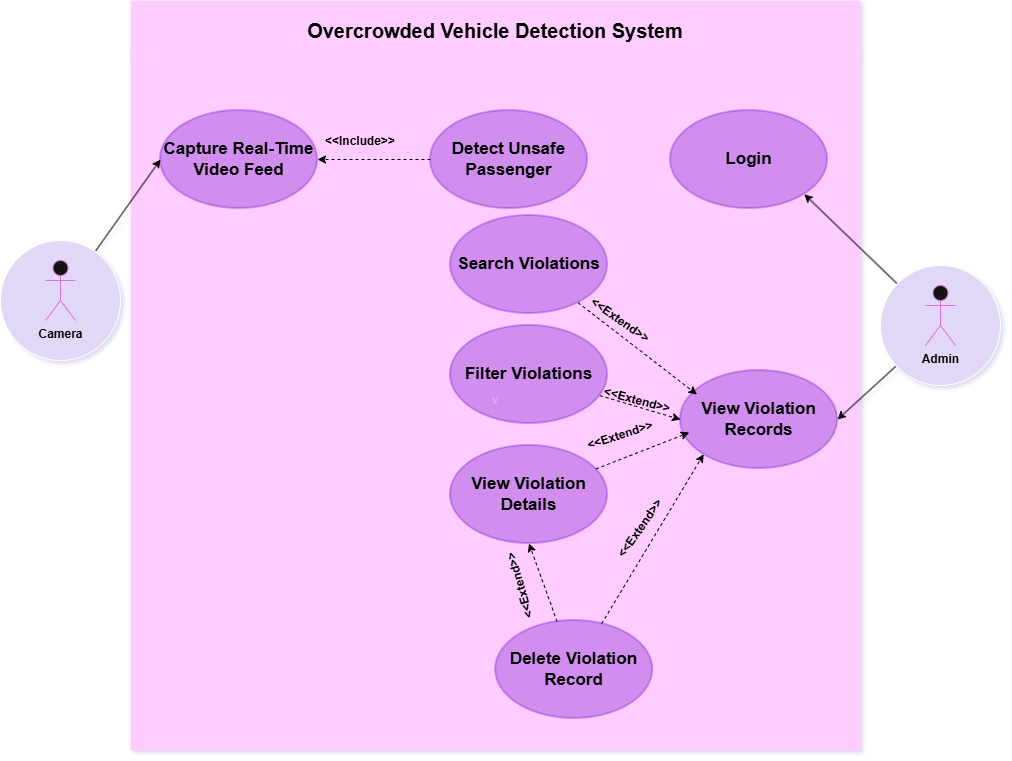
Above: Use Case Diagram.png in safe-ride-AI/unsafe-passenger-detection (draw.io), before the change. Source tidied: cells renumbered, new cells last; positions are measured from the earlier drawing's top-left corner, leaving out a move shared by most shapes.
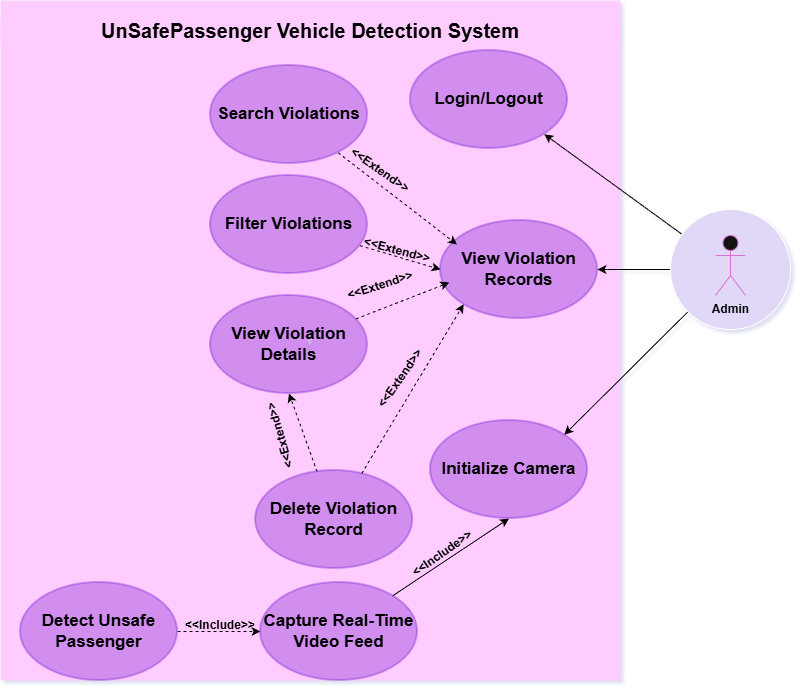
After the commit.

Commit message:
Use case Diagram Updated

Change to the diagram source:
```diff
@@ -3,25 +3,28 @@
     <mxCell id="0" />
     <mxCell id="1" parent="0" />
     <mxCell id="2" value="v" style="rounded=0;whiteSpace=wrap;html=1;fillColor=light-dark(#FFCCFF,#FFCCFF);strokeColor=none;dashed=1;" parent="1" vertex="1">
-      <mxGeometry x="130" y="50" width="730" height="700" as="geometry" />
+      <mxGeometry x="240" y="150" width="620" height="680" as="geometry" />
     </mxCell>
+    <mxCell id="31" style="rounded=0;jettySize=auto;html=1;entryX=0.5;entryY=1;entryDx=0;entryDy=0;strokeColor=light-dark(#000000,#000000);" parent="1" edge="1" source="3" target="33">
+      <mxGeometry relative="1" as="geometry" />
+    </mxCell>
     <mxCell id="3" value="&lt;font style=&quot;color: light-dark(rgb(0, 0, 0), rgb(0, 0, 0));&quot;&gt;Capture Real-Time Video Feed&lt;/font&gt;" style="ellipse;whiteSpace=wrap;html=1;fillColor=light-dark(#6600CC,#6600CC);fontColor=#000000;strokeColor=light-dark(#6600CC,#6600CC);fillStyle=auto;gradientColor=none;strokeWidth=2;opacity=30;fontSize=17;fontStyle=1;" parent="1" vertex="1">
-      <mxGeometry x="160" y="110" width="157" height="98" as="geometry" />
+      <mxGeometry x="500" y="732" width="157" height="98" as="geometry" />
     </mxCell>
-    <mxCell id="4" style="edgeStyle=orthogonalEdgeStyle;rounded=0;jettySize=auto;html=1;entryX=1;entryY=0.5;entryDx=0;entryDy=0;strokeColor=light-dark(#000000,#000000);exitX=0;exitY=0.5;exitDx=0;exitDy=0;dashed=1;" parent="1" edge="1" source="5" target="3">
+    <mxCell id="4" style="edgeStyle=orthogonalEdgeStyle;rounded=0;jettySize=auto;html=1;entryX=0;entryY=0.5;entryDx=0;entryDy=0;strokeColor=light-dark(#000000,#000000);exitX=1;exitY=0.5;exitDx=0;exitDy=0;dashed=1;" parent="1" edge="1" source="5" target="3">
       <mxGeometry relative="1" as="geometry" />
     </mxCell>
     <mxCell id="5" value="&lt;font style=&quot;color: light-dark(rgb(0, 0, 0), rgb(0, 0, 0));&quot;&gt;Detect Unsafe Passenger&lt;/font&gt;" style="ellipse;whiteSpace=wrap;html=1;fillColor=light-dark(#6600CC,#6600CC);fontColor=#000000;strokeColor=light-dark(#6600CC,#6600CC);fillStyle=auto;gradientColor=none;strokeWidth=2;opacity=30;fontSize=17;fontStyle=1;" parent="1" vertex="1">
-      <mxGeometry x="430" y="110" width="157" height="98" as="geometry" />
+      <mxGeometry x="260" y="732" width="157" height="98" as="geometry" />
     </mxCell>
     <mxCell id="6" value="&lt;font style=&quot;color: light-dark(rgb(0, 0, 0), rgb(0, 0, 0));&quot;&gt;&amp;lt;&amp;lt;Include&amp;gt;&amp;gt;&lt;/font&gt;" style="text;html=1;whiteSpace=wrap;strokeColor=none;fillColor=none;align=center;verticalAlign=middle;rounded=0;fontStyle=1;" parent="1" vertex="1">
-      <mxGeometry x="330" y="126" width="60" height="30" as="geometry" />
+      <mxGeometry x="430" y="760" width="60" height="30" as="geometry" />
     </mxCell>
     <mxCell id="7" value="&lt;font style=&quot;color: light-dark(rgb(0, 0, 0), rgb(0, 0, 0));&quot;&gt;&amp;lt;&amp;lt;Extend&amp;gt;&amp;gt;&lt;/font&gt;" style="text;html=1;whiteSpace=wrap;strokeColor=none;fillColor=none;align=center;verticalAlign=middle;rounded=0;rotation=35;fontStyle=1;" parent="1" vertex="1">
       <mxGeometry x="590" y="305" width="60" height="30" as="geometry" />
     </mxCell>
-    <mxCell id="8" value="&lt;font style=&quot;color: light-dark(rgb(0, 0, 0), rgb(0, 0, 0));&quot;&gt;Login&lt;/font&gt;" style="ellipse;whiteSpace=wrap;html=1;fillColor=light-dark(#6600CC,#6600CC);fontColor=#000000;strokeColor=light-dark(#6600CC,#6600CC);fillStyle=auto;gradientColor=none;strokeWidth=2;opacity=30;fontSize=17;fontStyle=1;" parent="1" vertex="1">
-      <mxGeometry x="670" y="110" width="157" height="98" as="geometry" />
+    <mxCell id="8" value="&lt;font style=&quot;color: light-dark(rgb(0, 0, 0), rgb(0, 0, 0));&quot;&gt;Login/Logout&lt;/font&gt;" style="ellipse;whiteSpace=wrap;html=1;fillColor=light-dark(#6600CC,#6600CC);fontColor=#000000;strokeColor=light-dark(#6600CC,#6600CC);fillStyle=auto;gradientColor=none;strokeWidth=2;opacity=30;fontSize=17;fontStyle=1;" parent="1" vertex="1">
+      <mxGeometry x="650" y="200" width="157" height="98" as="geometry" />
     </mxCell>
     <mxCell id="9" value="&lt;font style=&quot;color: light-dark(rgb(0, 0, 0), rgb(0, 0, 0));&quot;&gt;View Violation Records&lt;/font&gt;" style="ellipse;whiteSpace=wrap;html=1;fillColor=light-dark(#6600CC,#6600CC);fontColor=#000000;strokeColor=light-dark(#6600CC,#6600CC);fillStyle=auto;gradientColor=none;strokeWidth=2;opacity=30;fontSize=17;fontStyle=1;" parent="1" vertex="1">
       <mxGeometry x="680" y="370" width="157" height="98" as="geometry" />
@@ -47,29 +50,23 @@
     <mxCell id="16" value="&lt;font style=&quot;color: light-dark(rgb(0, 0, 0), rgb(0, 0, 0));&quot;&gt;Delete Violation Record&lt;/font&gt;" style="ellipse;whiteSpace=wrap;html=1;fillColor=light-dark(#6600CC,#6600CC);fontColor=#000000;strokeColor=light-dark(#6600CC,#6600CC);fillStyle=auto;gradientColor=none;strokeWidth=2;opacity=30;fontSize=17;fontStyle=1;" parent="1" vertex="1">
       <mxGeometry x="495.2" y="620" width="157" height="98" as="geometry" />
     </mxCell>
-    <mxCell id="17" value="&lt;font style=&quot;color: light-dark(rgb(0, 0, 0), rgb(0, 0, 0)); font-size: 20px;&quot;&gt;&lt;b style=&quot;&quot;&gt;Overcrowded Vehicle Detection System&lt;/b&gt;&lt;/font&gt;" style="rounded=0;whiteSpace=wrap;html=1;fillColor=light-dark(#FFCCFF,#FFCCFF);strokeColor=none;" parent="1" vertex="1">
-      <mxGeometry x="130" width="730" height="60" as="geometry" />
+    <mxCell id="17" value="&lt;font style=&quot;color: light-dark(rgb(0, 0, 0), rgb(0, 0, 0)); font-size: 20px;&quot;&gt;&lt;b style=&quot;&quot;&gt;UnSafePassenger Vehicle Detection System&lt;/b&gt;&lt;/font&gt;" style="rounded=0;whiteSpace=wrap;html=1;fillColor=light-dark(#FFCCFF,#FFCCFF);strokeColor=none;" parent="1" vertex="1">
+      <mxGeometry x="240" y="170" width="620" height="20" as="geometry" />
     </mxCell>
-    <mxCell id="18" style="rounded=0;jettySize=auto;html=1;entryX=0;entryY=0.5;entryDx=0;entryDy=0;strokeColor=light-dark(#000000,#000000);" parent="1" edge="1" source="19" target="3">
-      <mxGeometry relative="1" as="geometry" />
-    </mxCell>
-    <mxCell id="19" style="ellipse;whiteSpace=wrap;html=1;strokeColor=default;fillColor=light-dark(#FFFFFF,#E1D8F7);" parent="1" vertex="1">
-      <mxGeometry y="240" width="120" height="120" as="geometry" />
-    </mxCell>
-    <mxCell id="20" value="&lt;font style=&quot;color: light-dark(rgb(0, 0, 0), rgb(0, 0, 0));&quot;&gt;&lt;b&gt;Camera&lt;/b&gt;&lt;/font&gt;" style="shape=umlActor;verticalLabelPosition=bottom;verticalAlign=top;html=1;strokeColor=light-dark(#DA70D6,#DA70D6);" parent="1" vertex="1">
-      <mxGeometry x="45" y="260" width="30" height="60" as="geometry" />
-    </mxCell>
     <mxCell id="21" style="rounded=0;jettySize=auto;html=1;entryX=1;entryY=1;entryDx=0;entryDy=0;strokeColor=light-dark(#000000,#000000);" parent="1" edge="1" source="23" target="8">
       <mxGeometry relative="1" as="geometry" />
     </mxCell>
     <mxCell id="22" style="rounded=0;jettySize=auto;html=1;entryX=1;entryY=0.5;entryDx=0;entryDy=0;strokeColor=light-dark(#000000,#000000);" parent="1" edge="1" source="23" target="9">
       <mxGeometry relative="1" as="geometry" />
     </mxCell>
+    <mxCell id="32" style="rounded=0;jettySize=auto;html=1;entryX=1;entryY=0;entryDx=0;entryDy=0;strokeColor=light-dark(#000000,#000000);" parent="1" edge="1" source="23" target="33">
+      <mxGeometry relative="1" as="geometry" />
+    </mxCell>
     <mxCell id="23" style="ellipse;whiteSpace=wrap;html=1;strokeColor=default;fillColor=light-dark(#FFFFFF,#E1D8F7);" parent="1" vertex="1">
-      <mxGeometry x="880" y="265" width="120" height="120" as="geometry" />
+      <mxGeometry x="910" y="359" width="120" height="120" as="geometry" />
     </mxCell>
     <mxCell id="24" value="&lt;font style=&quot;color: light-dark(rgb(0, 0, 0), rgb(0, 0, 0));&quot;&gt;&lt;b&gt;Admin&lt;/b&gt;&lt;/font&gt;" style="shape=umlActor;verticalLabelPosition=bottom;verticalAlign=top;html=1;strokeColor=light-dark(#DA70D6,#DA70D6);" parent="1" vertex="1">
-      <mxGeometry x="925" y="285" width="30" height="60" as="geometry" />
+      <mxGeometry x="955" y="385" width="30" height="60" as="geometry" />
     </mxCell>
     <mxCell id="25" style="rounded=0;jettySize=auto;html=1;entryX=0.105;entryY=0.245;entryDx=0;entryDy=0;entryPerimeter=0;strokeColor=light-dark(#000000,#000000);dashed=1;" parent="1" edge="1" source="10" target="9">
       <mxGeometry relative="1" as="geometry" />
@@ -89,5 +86,11 @@
     <mxCell id="30" value="&lt;font style=&quot;color: light-dark(rgb(0, 0, 0), rgb(0, 0, 0));&quot;&gt;&amp;lt;&amp;lt;Extend&amp;gt;&amp;gt;&lt;/font&gt;" style="text;html=1;whiteSpace=wrap;strokeColor=none;fillColor=none;align=center;verticalAlign=middle;rounded=0;rotation=-106;fontStyle=1;" parent="1" vertex="1">
       <mxGeometry x="490" y="570" width="60" height="30" as="geometry" />
     </mxCell>
+    <mxCell id="33" value="&lt;font style=&quot;color: light-dark(rgb(0, 0, 0), rgb(0, 0, 0));&quot;&gt;Initialize Camera&lt;/font&gt;" style="ellipse;whiteSpace=wrap;html=1;fillColor=light-dark(#6600CC,#6600CC);fontColor=#000000;strokeColor=light-dark(#6600CC,#6600CC);fillStyle=auto;gradientColor=none;strokeWidth=2;opacity=30;fontSize=17;fontStyle=1;" parent="1" vertex="1">
+      <mxGeometry x="670" y="570" width="157" height="98" as="geometry" />
+    </mxCell>
+    <mxCell id="34" value="&lt;font style=&quot;color: light-dark(rgb(0, 0, 0), rgb(0, 0, 0));&quot;&gt;&amp;lt;&amp;lt;Include&amp;gt;&amp;gt;&lt;/font&gt;" style="text;html=1;whiteSpace=wrap;strokeColor=none;fillColor=none;align=center;verticalAlign=middle;rounded=0;fontStyle=1;rotation=-35;" parent="1" vertex="1">
+      <mxGeometry x="652.2" y="688" width="60" height="30" as="geometry" />
+    </mxCell>
   </root>
 </mxGraphModel>
```
